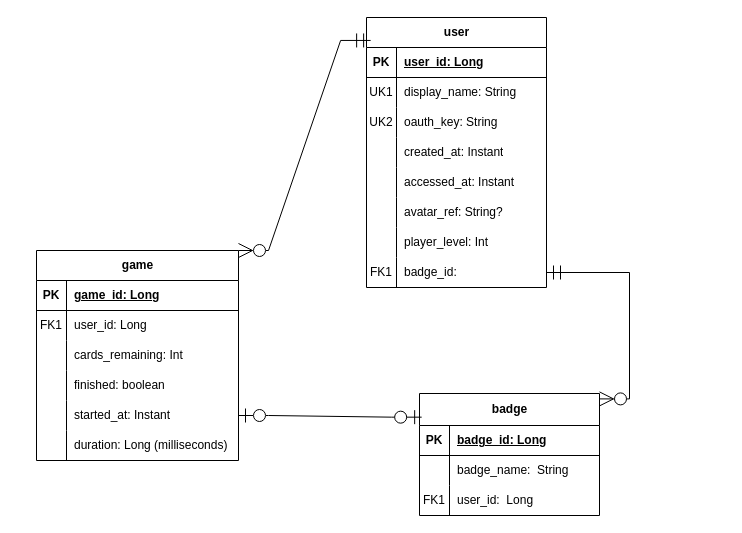
The draw.io diagram docs/work/HandSolitaireERD.drawio in dd-java-kotlin-24/hand-solitaire-kekedal, before the edit. Source tidied: cells renumbered, new cells numbered last; positions are measured from the earlier drawing's top-left corner, leaving out a move shared by most shapes. Both pictures are drawn from the tidied source at 100%, with x=0, y=0 at pixel (36, 17).
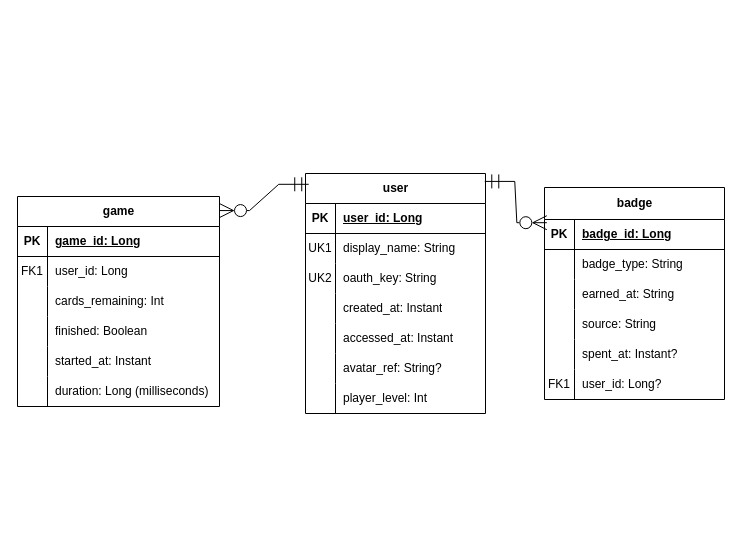
The same diagram, later.

Commit message (it also covers changes not shown here):
Update Room entities and ERD diagram Assisted by Gemini CLI, very ably and with very little token tally

The change refers to these unchanged cells:
```xml
<mxCell id="37" style="shape=tableRow;horizontal=0;startSize=0;swimlaneHead=0;swimlaneBody=0;fillColor=none;top=0;left=0;right=0;bottom=0;" parent="27" vertex="1">
  <mxGeometry y="120" width="202" height="30" as="geometry" />
</mxCell>
<mxCell id="40" style="shape=tableRow;horizontal=0;startSize=0;swimlaneHead=0;swimlaneBody=0;fillColor=none;points=[[0,0.5],[1,0.5]];portConstraint=eastwest;top=0;left=0;right=0;bottom=0;" parent="27" vertex="1">
  <mxGeometry y="150" width="202" height="30" as="geometry" />
</mxCell>
<mxCell id="50" style="shape=tableRow;horizontal=0;startSize=0;swimlaneHead=0;swimlaneBody=0;fillColor=none;top=0;left=0;right=0;bottom=0;" parent="46" vertex="1">
  <mxGeometry y="62" width="180" height="30" as="geometry" />
</mxCell>
<mxCell id="53" style="shape=tableRow;horizontal=0;startSize=0;swimlaneHead=0;swimlaneBody=0;fillColor=none;top=0;left=0;right=0;bottom=0;" parent="46" vertex="1">
  <mxGeometry y="92" width="180" height="30" as="geometry" />
</mxCell>
```

Diff of the diagram source:
```diff
@@
     <mxCell id="2" value="user" style="shape=table;startSize=30;childLayout=tableLayout;rowLines=0;fontStyle=1;align=center;html=1;" parent="1" vertex="1">
-      <mxGeometry x="330" width="180" height="270" as="geometry" />
+      <mxGeometry x="269" y="156" width="180" height="240" as="geometry" />
     </mxCell>
@@
-    <mxCell id="24" style="shape=tableRow;horizontal=0;startSize=0;swimlaneHead=0;swimlaneBody=0;fillColor=none;points=[[0,0.5],[1,0.5]];portConstraint=eastwest;top=0;left=0;right=0;bottom=0;" parent="2" vertex="1">
-      <mxGeometry y="240" width="180" height="30" as="geometry" />
-    </mxCell>
-    <mxCell id="25" value="FK1" style="shape=partialRectangle;fillColor=none;top=0;left=0;bottom=0;right=0;overflow=hidden;whiteSpace=wrap;html=1;" parent="24" vertex="1">
-      <mxGeometry width="30" height="30" as="geometry" />
-    </mxCell>
-    <mxCell id="26" value="badge_id:" style="shape=partialRectangle;fillColor=none;top=0;left=0;bottom=0;right=0;align=left;spacingLeft=6;overflow=hidden;whiteSpace=wrap;html=1;" parent="24" vertex="1">
-      <mxGeometry x="30" width="150" height="30" as="geometry" />
-    </mxCell>
     <mxCell id="27" value="game" style="shape=table;startSize=30;childLayout=tableLayout;rowLines=0;fontStyle=1;align=center;html=1;" parent="1" vertex="1">
-      <mxGeometry y="233" width="202" height="210" as="geometry" />
+      <mxGeometry x="-19" y="179" width="202" height="210" as="geometry" />
     </mxCell>
@@
-    <mxCell id="39" value="finished: boolean" style="shape=partialRectangle;fillColor=none;top=0;left=0;bottom=0;right=0;align=left;spacingLeft=6;overflow=hidden;whiteSpace=wrap;html=1;" parent="37" vertex="1">
+    <mxCell id="39" value="finished: Boolean" style="shape=partialRectangle;fillColor=none;top=0;left=0;bottom=0;right=0;align=left;spacingLeft=6;overflow=hidden;whiteSpace=wrap;html=1;" parent="37" vertex="1">
       <mxGeometry x="30" width="172" height="30" as="geometry" />
     </mxCell>
@@
     <mxCell id="46" value="badge" style="shape=table;startSize=32;childLayout=tableLayout;rowLines=0;fontStyle=1;align=center;html=1;" parent="1" vertex="1">
-      <mxGeometry x="383" y="376" width="180" height="122" as="geometry" />
+      <mxGeometry x="508" y="170" width="180" height="212" as="geometry" />
     </mxCell>
@@
-    <mxCell id="52" value="badge_name:&amp;nbsp; String" style="shape=partialRectangle;fillColor=none;top=0;left=0;bottom=0;right=0;align=left;spacingLeft=6;overflow=hidden;whiteSpace=wrap;html=1;" parent="50" vertex="1">
+    <mxCell id="52" value="badge_type: String" style="shape=partialRectangle;fillColor=none;top=0;left=0;bottom=0;right=0;align=left;spacingLeft=6;overflow=hidden;whiteSpace=wrap;html=1;" parent="50" vertex="1">
       <mxGeometry x="30" width="150" height="30" as="geometry" />
     </mxCell>
@@
-    <mxCell id="54" value="FK1" style="shape=partialRectangle;fillColor=none;top=0;left=0;bottom=0;right=0;overflow=hidden;whiteSpace=wrap;html=1;" parent="53" vertex="1">
+    <mxCell id="54" value=" " style="shape=partialRectangle;fillColor=none;top=0;left=0;bottom=0;right=0;overflow=hidden;whiteSpace=wrap;html=1;" parent="53" vertex="1">
       <mxGeometry width="30" height="30" as="geometry" />
     </mxCell>
-    <mxCell id="55" value="user_id:&amp;nbsp; Long" style="shape=partialRectangle;fillColor=none;top=0;left=0;bottom=0;right=0;align=left;spacingLeft=6;overflow=hidden;whiteSpace=wrap;html=1;" parent="53" vertex="1">
+    <mxCell id="55" value="earned_at: String" style="shape=partialRectangle;fillColor=none;top=0;left=0;bottom=0;right=0;align=left;spacingLeft=6;overflow=hidden;whiteSpace=wrap;html=1;" parent="53" vertex="1">
       <mxGeometry x="30" width="150" height="30" as="geometry" />
     </mxCell>
-    <mxCell id="56" style="edgeStyle=entityRelationEdgeStyle;fontSize=12;html=1;endArrow=ERzeroToOne;endFill=1;rounded=0;defaultLabelBackgroundColor=page;labelPadding=0 4;exitX=1;exitY=0.5;exitDx=0;exitDy=0;startArrow=ERzeroToOne;startFill=0;startSize=12;endSize=12;entryX=0.012;entryY=0.194;entryDx=0;entryDy=0;entryPerimeter=0;" parent="1" edge="1" source="40" target="46">
-      <mxGeometry x="0.01" relative="1" as="geometry" />
-    </mxCell>
+    <mxCell id="59" style="shape=tableRow;horizontal=0;startSize=0;swimlaneHead=0;swimlaneBody=0;fillColor=none;top=0;left=0;right=0;bottom=0;" parent="46" vertex="1">
+      <mxGeometry y="122" width="180" height="30" as="geometry" />
+    </mxCell>
+    <mxCell id="60" value=" " style="shape=partialRectangle;fillColor=none;top=0;left=0;bottom=0;right=0;overflow=hidden;whiteSpace=wrap;html=1;" parent="59" vertex="1">
+      <mxGeometry width="30" height="30" as="geometry" />
+    </mxCell>
+    <mxCell id="61" value="source: String" style="shape=partialRectangle;fillColor=none;top=0;left=0;bottom=0;right=0;align=left;spacingLeft=6;overflow=hidden;whiteSpace=wrap;html=1;" parent="59" vertex="1">
+      <mxGeometry x="30" width="150" height="30" as="geometry" />
+    </mxCell>
+    <mxCell id="62" style="shape=tableRow;horizontal=0;startSize=0;swimlaneHead=0;swimlaneBody=0;fillColor=none;top=0;left=0;right=0;bottom=0;" parent="46" vertex="1">
+      <mxGeometry y="152" width="180" height="30" as="geometry" />
+    </mxCell>
+    <mxCell id="63" value=" " style="shape=partialRectangle;fillColor=none;top=0;left=0;bottom=0;right=0;overflow=hidden;whiteSpace=wrap;html=1;" parent="62" vertex="1">
+      <mxGeometry width="30" height="30" as="geometry" />
+    </mxCell>
+    <mxCell id="64" value="spent_at: Instant?" style="shape=partialRectangle;fillColor=none;top=0;left=0;bottom=0;right=0;align=left;spacingLeft=6;overflow=hidden;whiteSpace=wrap;html=1;" parent="62" vertex="1">
+      <mxGeometry x="30" width="150" height="30" as="geometry" />
+    </mxCell>
+    <mxCell id="65" style="shape=tableRow;horizontal=0;startSize=0;swimlaneHead=0;swimlaneBody=0;fillColor=none;top=0;left=0;right=0;bottom=0;" parent="46" vertex="1">
+      <mxGeometry y="182" width="180" height="30" as="geometry" />
+    </mxCell>
+    <mxCell id="25" value="FK1" style="shape=partialRectangle;fillColor=none;top=0;left=0;bottom=0;right=0;overflow=hidden;whiteSpace=wrap;html=1;" parent="65" vertex="1">
+      <mxGeometry width="30" height="30" as="geometry" />
+    </mxCell>
+    <mxCell id="66" value="user_id: Long?" style="shape=partialRectangle;fillColor=none;top=0;left=0;bottom=0;right=0;align=left;spacingLeft=6;overflow=hidden;whiteSpace=wrap;html=1;" parent="65" vertex="1">
+      <mxGeometry x="30" width="150" height="30" as="geometry" />
+    </mxCell>
-    <mxCell id="57" style="edgeStyle=entityRelationEdgeStyle;fontSize=12;html=1;endArrow=ERmandOne;startArrow=ERzeroToMany;rounded=0;defaultLabelBackgroundColor=page;labelPadding=0 4;startFill=0;endFill=0;entryX=0.023;entryY=0.085;entryDx=0;entryDy=0;startSize=12;endSize=12;entryPerimeter=0;exitX=1;exitY=0;exitDx=0;exitDy=0;" parent="1" edge="1" source="27" target="2">
+    <mxCell id="57" style="edgeStyle=entityRelationEdgeStyle;fontSize=12;html=1;endArrow=ERmandOne;startArrow=ERzeroToMany;rounded=0;defaultLabelBackgroundColor=page;labelPadding=0 4;startFill=0;endFill=0;startSize=12;endSize=12;exitX=1;exitY=0.067;exitDx=0;exitDy=0;entryX=0.018;entryY=0.045;entryDx=0;entryDy=0;entryPerimeter=0;exitPerimeter=0;" parent="1" edge="1" source="27" target="2">
       <mxGeometry relative="1" as="geometry" />
     </mxCell>
-    <mxCell id="58" style="edgeStyle=entityRelationEdgeStyle;fontSize=12;html=1;endArrow=ERmandOne;startArrow=ERzeroToMany;rounded=0;defaultLabelBackgroundColor=page;labelPadding=0 4;exitX=1.016;exitY=0.1;exitDx=0;exitDy=0;exitPerimeter=0;entryX=1;entryY=0.5;entryDx=0;entryDy=0;endFill=0;startFill=0;startSize=12;endSize=12;" parent="1" edge="1" target="24">
-      <mxGeometry relative="1" as="geometry">
-        <mxPoint x="563" y="381.4" as="sourcePoint" />
-      </mxGeometry>
-    </mxCell>
+    <mxCell id="67" style="edgeStyle=entityRelationEdgeStyle;fontSize=12;html=1;endArrow=ERzeroToMany;startArrow=ERmandOne;rounded=0;defaultLabelBackgroundColor=page;labelPadding=0 4;exitX=0.996;exitY=0.033;exitDx=0;exitDy=0;exitPerimeter=0;entryX=0.013;entryY=0.166;entryDx=0;entryDy=0;entryPerimeter=0;startSize=12;endSize=12;startFill=0;endFill=0;" parent="1" edge="1" source="2" target="46">
+      <mxGeometry x="0.04" relative="1" as="geometry" />
+    </mxCell>
```
